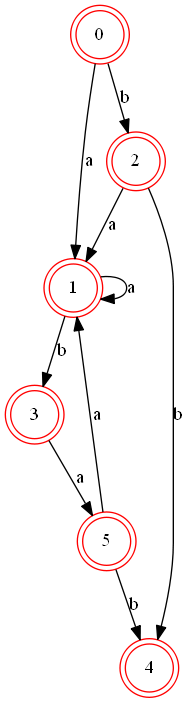
This is image/test_dfa.png from JameyWoo/re2graph, a Graphviz export, as it was before one commit. Its source is kept beside it as tmp/test_dfa.dot. The source it was exported from:
```dot
digraph {
	0 [label="0" color=red shape=doublecircle]
	1 [label="1" color=red shape=doublecircle]
	2 [label="2" color=red shape=doublecircle]
	3 [label="3" color=red shape=doublecircle]
	4 [label="4" color=red shape=doublecircle]
	5 [label="5" color=red shape=doublecircle]
	0 -> 1 [label="a"]
	0 -> 2 [label="b"]
	1 -> 1 [label="a"]
	1 -> 3 [label="b"]
	2 -> 1 [label="a"]
	2 -> 4 [label="b"]
	3 -> 5 [label="a"]
	5 -> 1 [label="a"]
	5 -> 4 [label="b"]
}
```
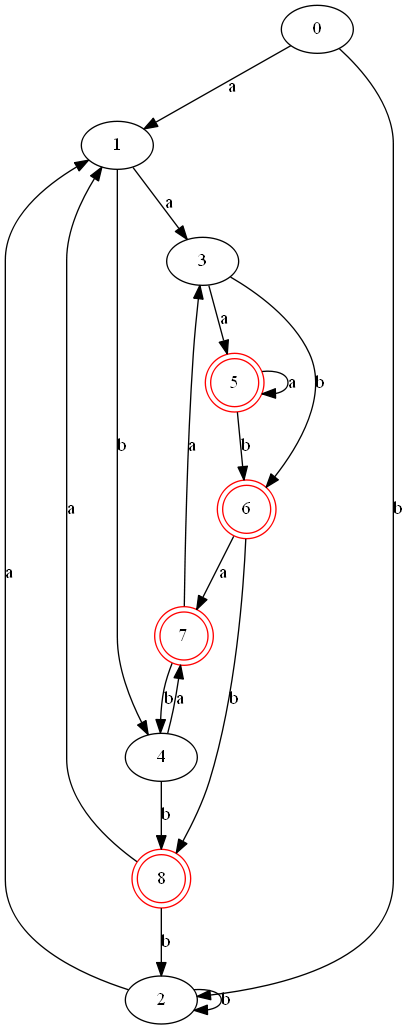
After the commit.

What changed in the source:
```diff
@@ -1,17 +1,29 @@
 digraph {
-	0 [label="0" color=red shape=doublecircle]
-	1 [label="1" color=red shape=doublecircle]
-	2 [label="2" color=red shape=doublecircle]
-	3 [label="3" color=red shape=doublecircle]
-	4 [label="4" color=red shape=doublecircle]
+	0 [label="0"]
+	1 [label="1"]
+	2 [label="2"]
+	3 [label="3"]
+	4 [label="4"]
 	5 [label="5" color=red shape=doublecircle]
+	6 [label="6" color=red shape=doublecircle]
+	7 [label="7" color=red shape=doublecircle]
+	8 [label="8" color=red shape=doublecircle]
 	0 -> 1 [label="a"]
 	0 -> 2 [label="b"]
-	1 -> 1 [label="a"]
-	1 -> 3 [label="b"]
+	1 -> 3 [label="a"]
+	1 -> 4 [label="b"]
 	2 -> 1 [label="a"]
-	2 -> 4 [label="b"]
+	2 -> 2 [label="b"]
 	3 -> 5 [label="a"]
-	5 -> 1 [label="a"]
-	5 -> 4 [label="b"]
+	3 -> 6 [label="b"]
+	4 -> 7 [label="a"]
+	4 -> 8 [label="b"]
+	5 -> 5 [label="a"]
+	5 -> 6 [label="b"]
+	6 -> 7 [label="a"]
+	6 -> 8 [label="b"]
+	7 -> 3 [label="a"]
+	7 -> 4 [label="b"]
+	8 -> 1 [label="a"]
+	8 -> 2 [label="b"]
 }
```
